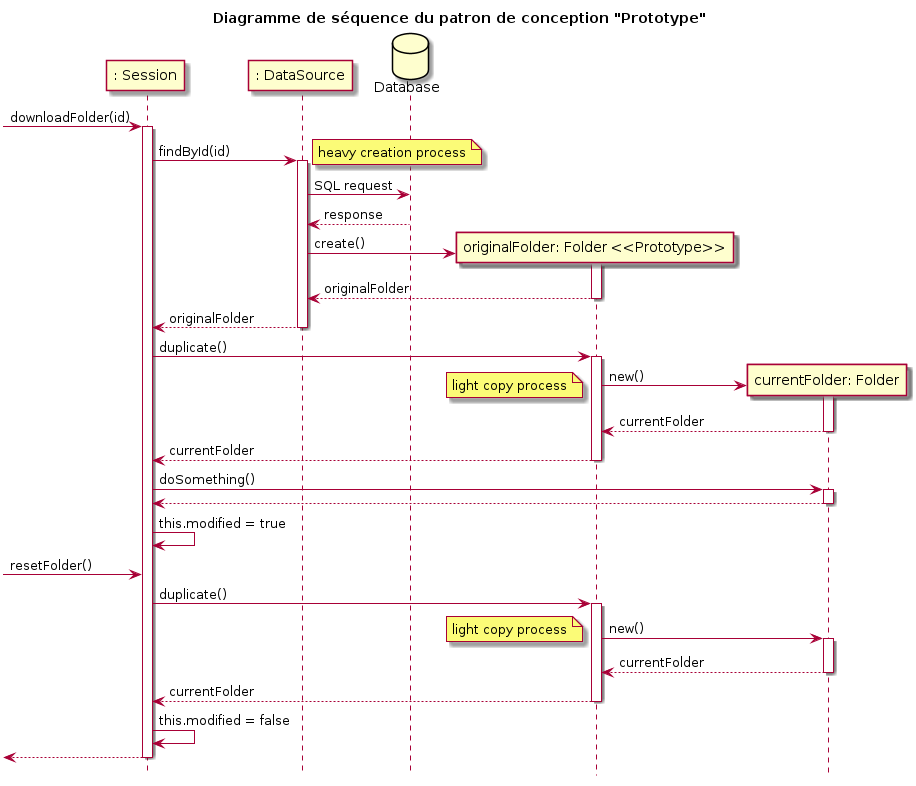
Before: models/Diagramme_Pattern/Pattern_prototype/sequence_diagram.png, a diagram exported from PlantUML (fethiuqam/INF5153-Projet-Session). Source of this version:
```plantuml
@startuml
hide footbox

title Diagramme de séquence du patron de conception "Prototype"

participant ": Session" as S
participant ": DataSource" as D
database "Database" as bd

[-> S: downloadFolder(id)
activate S
S -> D : findById(id)
activate D
note right: heavy creation process
D -> bd : SQL request
bd --> D : response

create "originalFolder: Folder <<Prototype>>" as P1
D -> P1: create()
activate P1

P1 --> D : originalFolder
deactivate P1
D --> S : originalFolder
deactivate D

S -> P1: duplicate()
activate P1
create "currentFolder: Folder" as P2
P1 -> P2: new()
activate P2
note left: light copy process
P2 --> P1: currentFolder
deactivate P2
P1 --> S: currentFolder
deactivate P1

S -> P2: doSomething()
activate P2
P2 --> S
deactivate P2
S -> S : this.modified = true

[-> S: resetFolder()

S -> P1: duplicate()
activate P1
create "currentFolder: Folder" as P2
P1 -> P2: new()
activate P2
note left: light copy process
P2 --> P1: currentFolder
deactivate P2
P1 --> S: currentFolder
deactivate P1
S -> S : this.modified = false
[<-- S:
deactivate S

@enduml
```
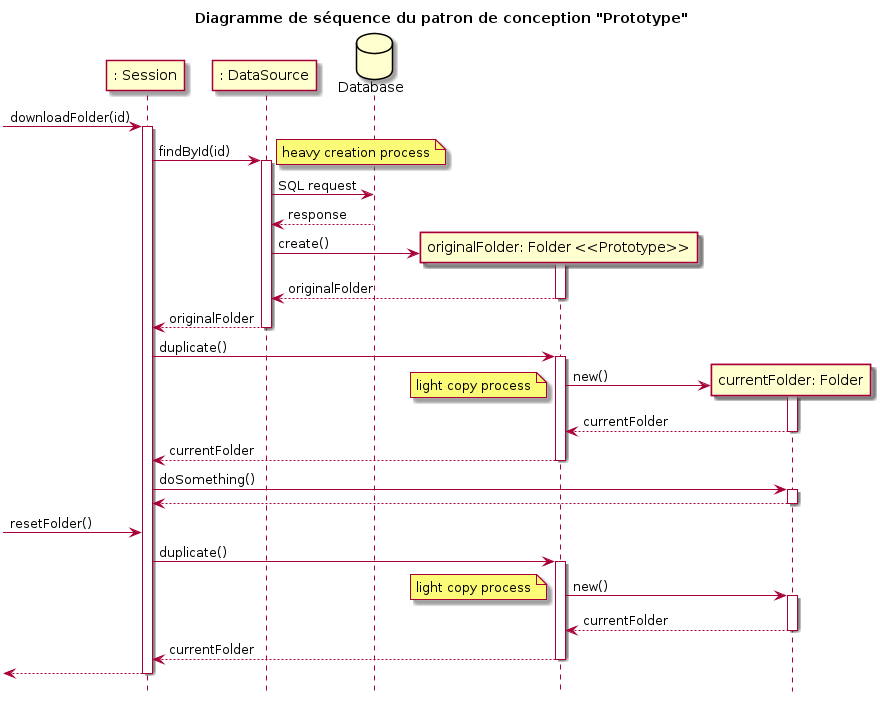
Later version of the same file.

The edit, as a diff of the source:
```diff
@@ -39,7 +39,6 @@
 activate P2
 P2 --> S
 deactivate P2
-S -> S : this.modified = true
 
 [-> S: resetFolder()
 
@@ -53,7 +52,6 @@
 deactivate P2
 P1 --> S: currentFolder
 deactivate P1
-S -> S : this.modified = false
 [<-- S:
 deactivate S
 
```
